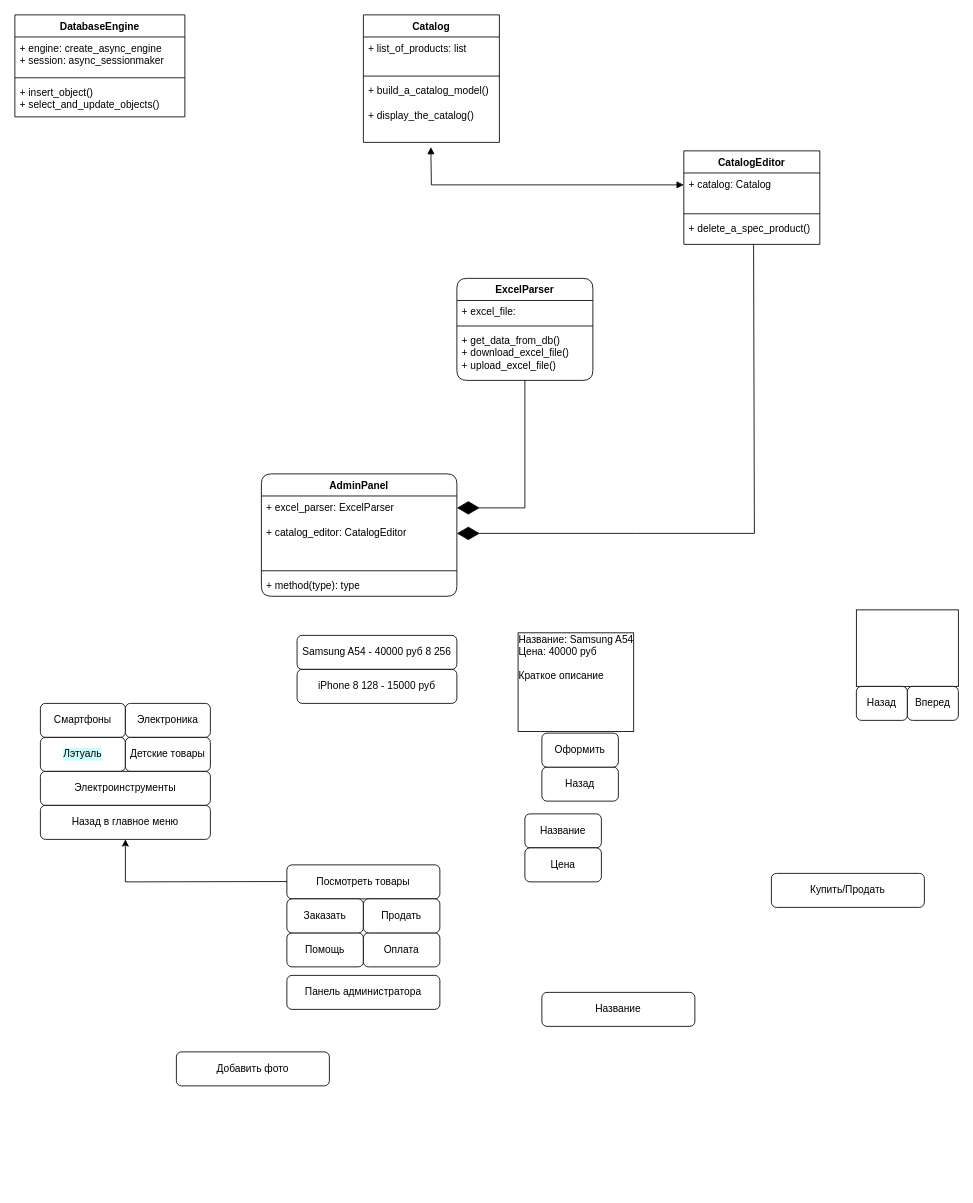
Above: pantry_59_bot.drawio in gderpy/pantry_nytva_bot (draw.io), before the change. Source tidied: cells renumbered, new cells numbered last; positions are measured from the earlier drawing's top-left corner, leaving out a move shared by most shapes. Both pictures are drawn from the tidied source at 85%, with x=0, y=0 at pixel (14, 14).
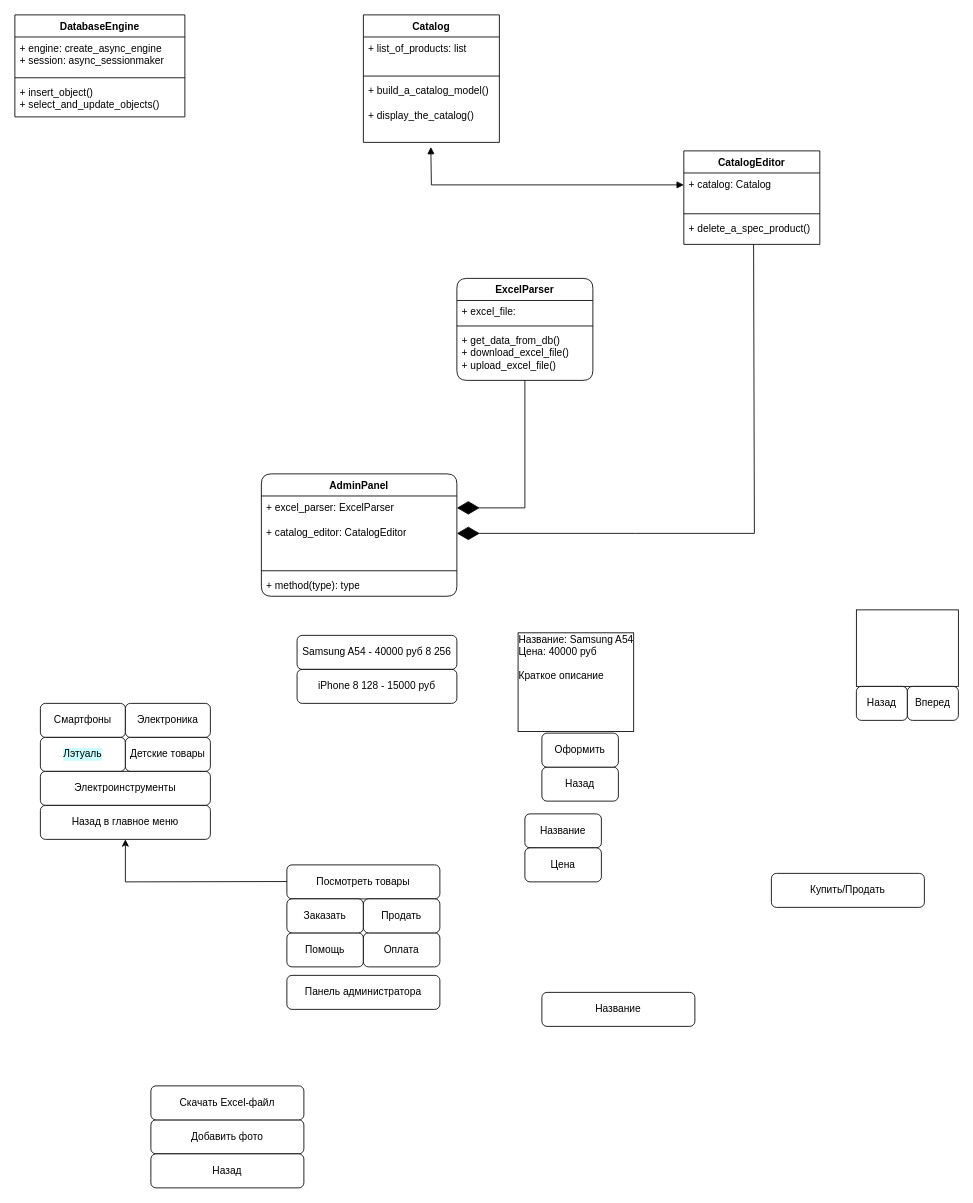
After the change.

Change to the diagram source:
```diff
@@
     <mxCell id="45" value="Добавить фото" style="rounded=1;whiteSpace=wrap;html=1;" parent="1" vertex="1">
-      <mxGeometry x="190" y="1220" width="180" height="40" as="geometry" />
+      <mxGeometry x="160" y="1300" width="180" height="40" as="geometry" />
     </mxCell>
@@
+    <mxCell id="51" value="Скачать Excel-файл" style="rounded=1;whiteSpace=wrap;html=1;" parent="1" vertex="1">
+      <mxGeometry x="160" y="1260" width="180" height="40" as="geometry" />
+    </mxCell>
+    <mxCell id="52" value="Назад" style="rounded=1;whiteSpace=wrap;html=1;" parent="1" vertex="1">
+      <mxGeometry x="160" y="1340" width="180" height="40" as="geometry" />
+    </mxCell>
```
